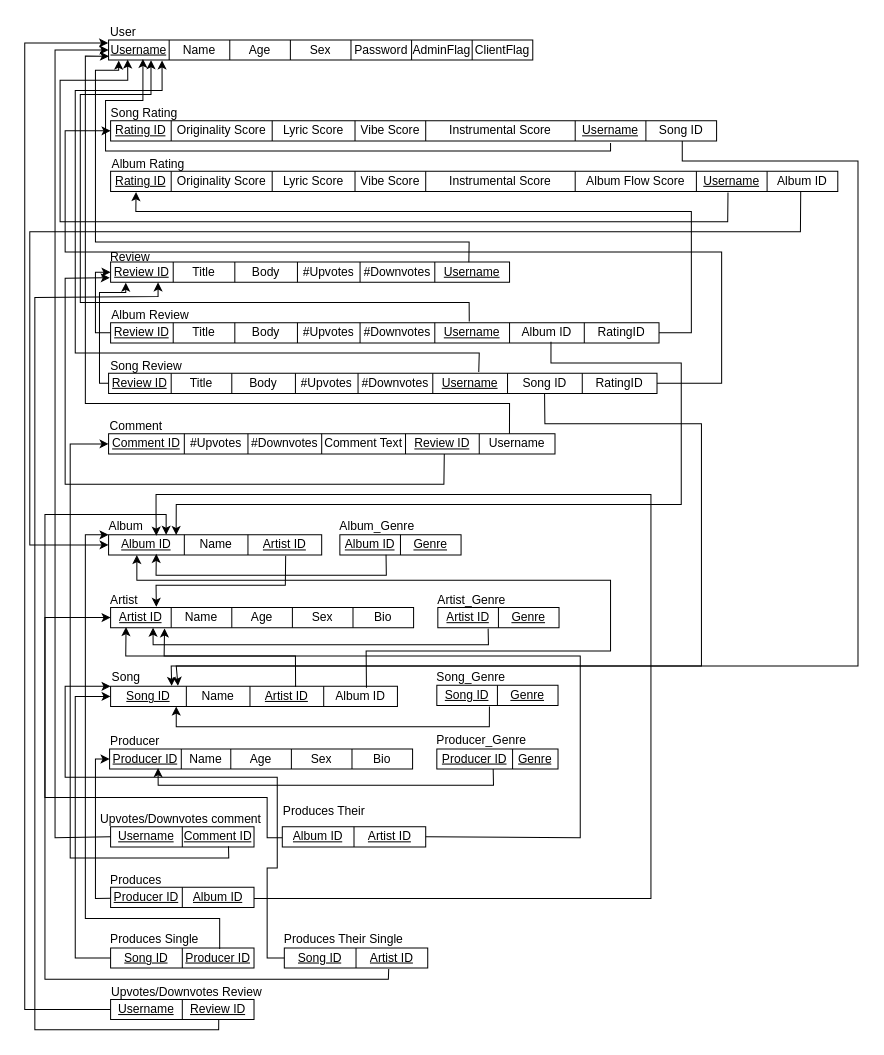
alexchchen/musicrant keeps this draw.io diagram as CPSC 471 Project RM.drawio. Above is the earlier version. Source tidied: cells renumbered, new cells numbered last; positions are measured from the earlier drawing's top-left corner, leaving out a move shared by most shapes. Both pictures are drawn from the tidied source at 101%, with x=0, y=0 at pixel (24, 17).
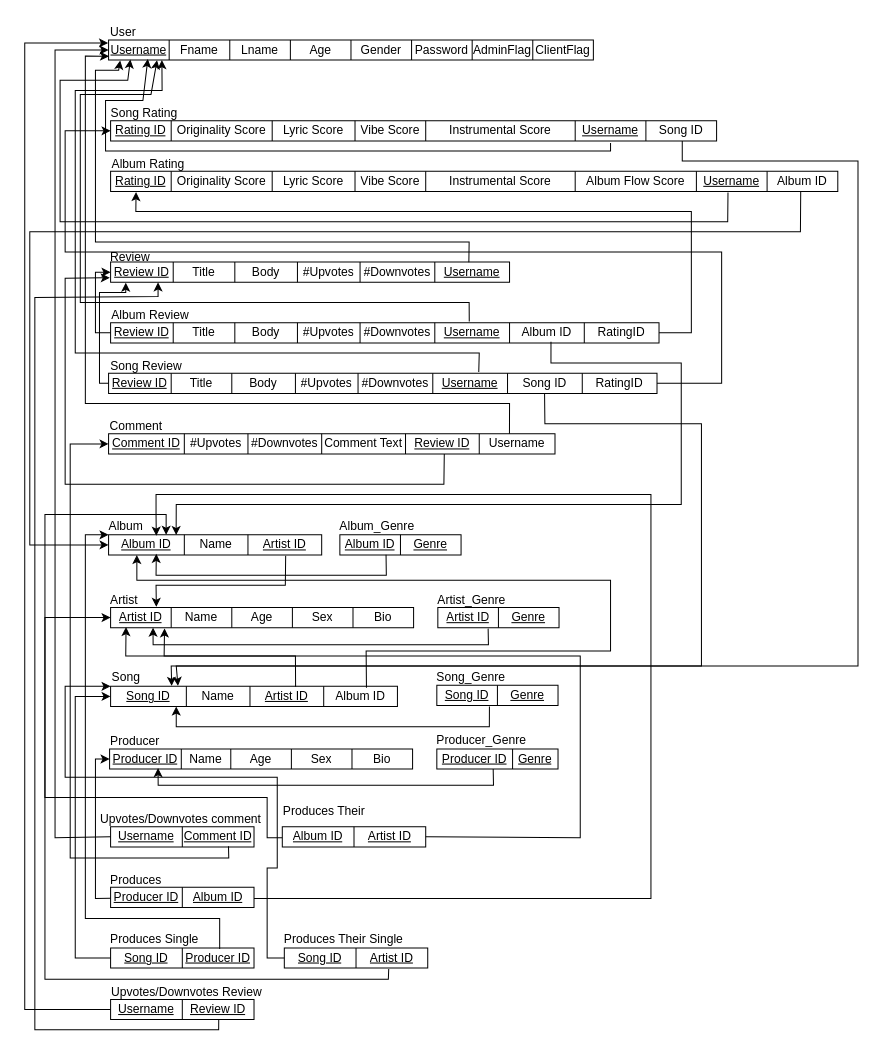
The same diagram, later.

Commit message (it also covers changes not shown here):
Updated some attribute names

The change refers to these unchanged cells:
```xml
<mxCell id="51" style="shape=tableRow;horizontal=0;startSize=0;swimlaneHead=0;swimlaneBody=0;strokeColor=inherit;top=0;left=0;bottom=0;right=0;fillColor=none;points=[[0,0.5],[1,0.5]];portConstraint=eastwest;" parent="50" vertex="1">
  <mxGeometry width="543" height="20" as="geometry" />
</mxCell>
```

What changed in the source:
```diff
@@
     <mxCell id="13" style="shape=table;startSize=0;childLayout=tableLayout;swimlaneLine=1;" parent="1" vertex="1">
-      <mxGeometry x="83" y="22" width="420" height="20" as="geometry" />
+      <mxGeometry x="83" y="22" width="480" height="20" as="geometry" />
     </mxCell>
     <mxCell id="14" style="shape=tableRow;horizontal=0;startSize=0;swimlaneHead=0;swimlaneBody=0;strokeColor=inherit;top=0;left=0;bottom=0;right=0;fillColor=none;points=[[0,0.5],[1,0.5]];portConstraint=eastwest;" parent="13" vertex="1">
-      <mxGeometry width="420" height="20" as="geometry" />
+      <mxGeometry width="480" height="20" as="geometry" />
     </mxCell>
@@
-    <mxCell id="16" value="Name" style="shape=partialRectangle;html=1;whiteSpace=wrap;strokeColor=inherit;overflow=hidden;fillColor=none;top=0;left=0;bottom=0;right=0;" parent="14" vertex="1">
+    <mxCell id="16" value="Fname" style="shape=partialRectangle;html=1;whiteSpace=wrap;strokeColor=inherit;overflow=hidden;fillColor=none;top=0;left=0;bottom=0;right=0;" parent="14" vertex="1">
       <mxGeometry x="60" width="60" height="20" as="geometry" />
     </mxCell>
+    <mxCell id="188" value="Lname" style="shape=partialRectangle;html=1;whiteSpace=wrap;strokeColor=inherit;overflow=hidden;fillColor=none;top=0;left=0;bottom=0;right=0;" parent="14" vertex="1">
+      <mxGeometry x="120" width="60" height="20" as="geometry" />
+    </mxCell>
     <mxCell id="17" value="Age" style="shape=partialRectangle;html=1;whiteSpace=wrap;strokeColor=inherit;overflow=hidden;fillColor=none;top=0;left=0;bottom=0;right=0;" parent="14" vertex="1">
-      <mxGeometry x="120" width="60" height="20" as="geometry" />
+      <mxGeometry x="180" width="60" height="20" as="geometry" />
     </mxCell>
-    <mxCell id="18" value="Sex" style="shape=partialRectangle;html=1;whiteSpace=wrap;strokeColor=inherit;overflow=hidden;fillColor=none;top=0;left=0;bottom=0;right=0;" parent="14" vertex="1">
-      <mxGeometry x="180" width="60" height="20" as="geometry" />
+    <mxCell id="18" value="Gender" style="shape=partialRectangle;html=1;whiteSpace=wrap;strokeColor=inherit;overflow=hidden;fillColor=none;top=0;left=0;bottom=0;right=0;" parent="14" vertex="1">
+      <mxGeometry x="240" width="60" height="20" as="geometry" />
     </mxCell>
     <mxCell id="19" value="Password" style="shape=partialRectangle;html=1;whiteSpace=wrap;strokeColor=inherit;overflow=hidden;fillColor=none;top=0;left=0;bottom=0;right=0;" parent="14" vertex="1">
-      <mxGeometry x="240" width="60" height="20" as="geometry" />
+      <mxGeometry x="300" width="60" height="20" as="geometry" />
     </mxCell>
     <mxCell id="20" value="AdminFlag" style="shape=partialRectangle;html=1;whiteSpace=wrap;strokeColor=inherit;overflow=hidden;fillColor=none;top=0;left=0;bottom=0;right=0;" parent="14" vertex="1">
-      <mxGeometry x="300" width="60" height="20" as="geometry" />
+      <mxGeometry x="360" width="60" height="20" as="geometry" />
     </mxCell>
     <mxCell id="21" value="ClientFlag" style="shape=partialRectangle;html=1;whiteSpace=wrap;strokeColor=inherit;overflow=hidden;fillColor=none;top=0;left=0;bottom=0;right=0;" parent="14" vertex="1">
-      <mxGeometry x="360" width="60" height="20" as="geometry" />
+      <mxGeometry x="420" width="60" height="20" as="geometry" />
     </mxCell>
@@
-    <mxCell id="154" style="endArrow=classic;html=1;rounded=0;exitX=0.675;exitY=-0.064;exitDx=0;exitDy=0;exitPerimeter=0;entryX=0.126;entryY=1.014;entryDx=0;entryDy=0;entryPerimeter=0;" parent="1" edge="1" source="51" target="14">
+    <mxCell id="154" style="endArrow=classic;html=1;rounded=0;exitX=0.675;exitY=-0.064;exitDx=0;exitDy=0;exitPerimeter=0;entryX=0.11;entryY=1;entryDx=0;entryDy=0;entryPerimeter=0;" parent="1" edge="1" source="51" target="14">
       <mxGeometry relative="1" as="geometry">
         <Array as="points">
           <mxPoint x="450" y="332" />
           <mxPoint x="50" y="332" />
           <mxPoint x="50" y="72" />
           <mxPoint x="136" y="72" />
         </Array>
       </mxGeometry>
     </mxCell>
```
